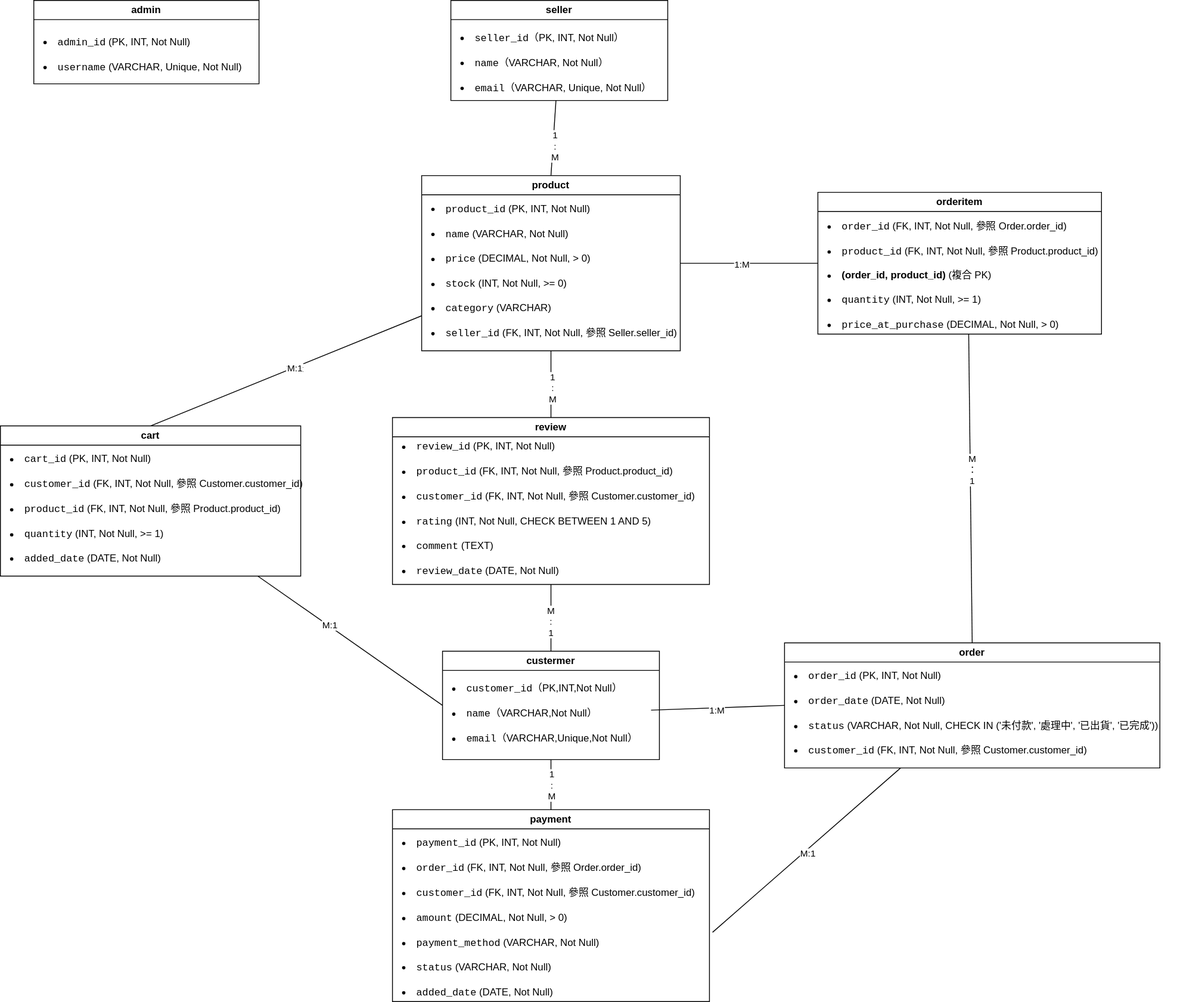
Earlier version of the draw.io export Schema2SQL/DB_SCHEMA.drawio.svg (jayforedu/DBMS-homework). Source tidied: cells renumbered, new cells last; positions are measured from the earlier drawing's top-left corner, leaving out a move shared by most shapes.
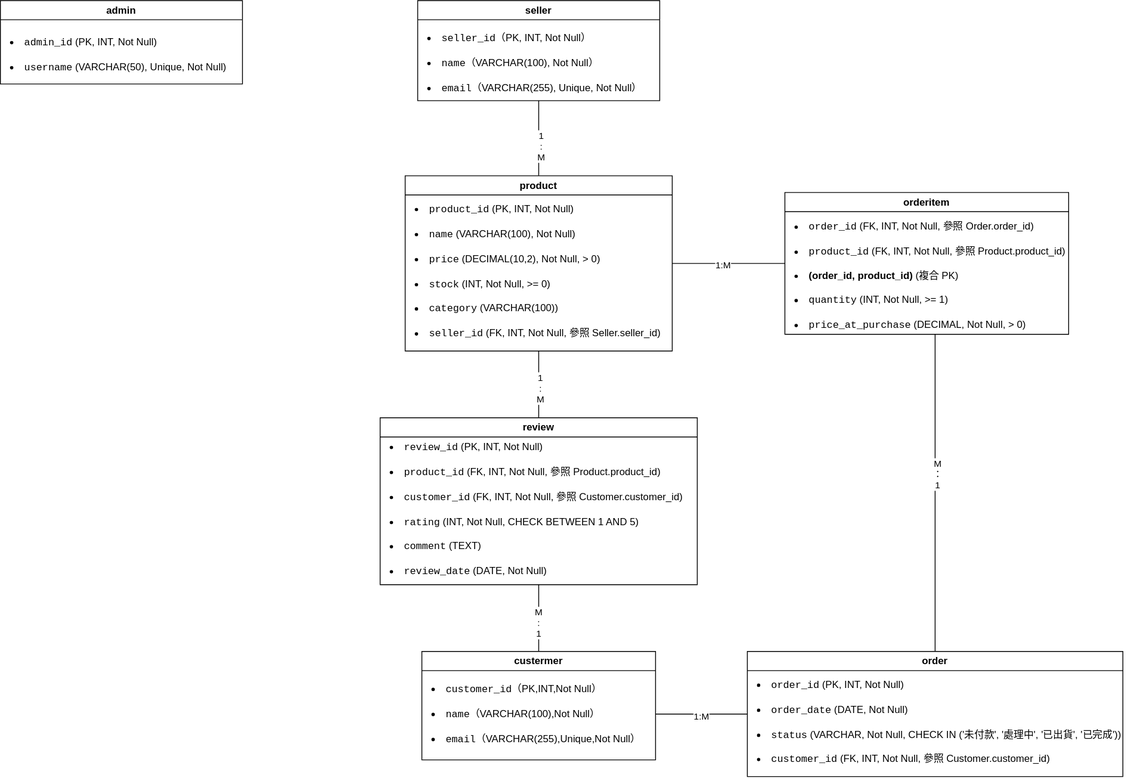
After the commit.

Change to the diagram source:
```diff
@@ -2,17 +2,11 @@
   <root>
     <mxCell id="0" />
     <mxCell id="1" parent="0" />
-    <mxCell id="2" style="rounded=0;jettySize=auto;html=1;endArrow=none;startFill=0;" parent="1" edge="1" source="4" target="27">
-      <mxGeometry relative="1" as="geometry" />
-    </mxCell>
-    <mxCell id="3" value="1&lt;div&gt;:&lt;/div&gt;&lt;div&gt;M&lt;/div&gt;" style="edgeLabel;html=1;align=center;verticalAlign=middle;" parent="2" vertex="1">
-      <mxGeometry x="0.02" relative="1" as="geometry" />
-    </mxCell>
     <mxCell id="4" value="custermer" style="swimlane;whiteSpace=wrap;html=1;" parent="1" vertex="1">
-      <mxGeometry x="530" y="780" width="260" height="130" as="geometry" />
+      <mxGeometry x="545" y="780" width="280" height="130" as="geometry" />
     </mxCell>
-    <mxCell id="5" value="&lt;li&gt;&lt;code&gt;customer_id&lt;/code&gt;（PK,INT,Not Null）&lt;/li&gt;&lt;br&gt;&lt;li&gt;&lt;code&gt;name&lt;/code&gt;（VARCHAR,Not Null）&lt;/li&gt;&lt;br&gt;&lt;li&gt;&lt;code&gt;email&lt;/code&gt;（VARCHAR,Unique,Not Null）&lt;/li&gt;" style="text;html=1;align=left;verticalAlign=middle;points=[];strokeColor=none;fillColor=none;" parent="4" vertex="1">
-      <mxGeometry x="10" y="30" width="240" height="90" as="geometry" />
+    <mxCell id="5" value="&lt;li&gt;&lt;code&gt;customer_id&lt;/code&gt;（PK,INT,Not Null）&lt;/li&gt;&lt;br&gt;&lt;li&gt;&lt;code&gt;name&lt;/code&gt;（VARCHAR(100),Not Null）&lt;/li&gt;&lt;br&gt;&lt;li&gt;&lt;code&gt;email&lt;/code&gt;（VARCHAR(255),Unique,Not Null）&lt;/li&gt;" style="text;html=1;align=left;verticalAlign=middle;points=[];strokeColor=none;fillColor=none;" parent="4" vertex="1">
+      <mxGeometry x="10" y="30" width="270" height="90" as="geometry" />
     </mxCell>
     <mxCell id="6" style="rounded=0;jettySize=auto;html=1;entryX=0.5;entryY=0;entryDx=0;entryDy=0;endArrow=none;startFill=0;" parent="1" edge="1" source="8" target="15">
       <mxGeometry relative="1" as="geometry" />
@@ -23,10 +17,10 @@
       </mxGeometry>
     </mxCell>
     <mxCell id="8" value="seller" style="swimlane;whiteSpace=wrap;html=1;" parent="1" vertex="1">
-      <mxGeometry x="540" width="260" height="120" as="geometry" />
+      <mxGeometry x="540" width="290" height="120" as="geometry" />
     </mxCell>
-    <mxCell id="9" value="&lt;li&gt;&lt;code&gt;seller_id&lt;/code&gt;（PK, INT, Not Null）&lt;/li&gt;&lt;br&gt;&lt;li&gt;&lt;code&gt;name&lt;/code&gt;（VARCHAR, Not Null）&lt;/li&gt;&lt;br&gt;&lt;li&gt;&lt;code&gt;email&lt;/code&gt;（VARCHAR, Unique, Not Null）&lt;/li&gt;" style="text;html=1;align=left;verticalAlign=middle;strokeColor=none;fillColor=none;" parent="8" vertex="1">
-      <mxGeometry x="10" y="30" width="250" height="90" as="geometry" />
+    <mxCell id="9" value="&lt;li&gt;&lt;code&gt;seller_id&lt;/code&gt;（PK, INT, Not Null）&lt;/li&gt;&lt;br&gt;&lt;li&gt;&lt;code&gt;name&lt;/code&gt;（VARCHAR(100), Not Null）&lt;/li&gt;&lt;br&gt;&lt;li&gt;&lt;code&gt;email&lt;/code&gt;（VARCHAR(255), Unique, Not Null）&lt;/li&gt;" style="text;html=1;align=left;verticalAlign=middle;strokeColor=none;fillColor=none;" parent="8" vertex="1">
+      <mxGeometry x="10" y="30" width="280" height="90" as="geometry" />
     </mxCell>
     <mxCell id="10" style="rounded=0;jettySize=auto;html=1;entryX=0;entryY=0.5;entryDx=0;entryDy=0;endArrow=none;startFill=0;" parent="1" edge="1" source="15" target="19">
       <mxGeometry relative="1" as="geometry" />
@@ -34,23 +28,14 @@
     <mxCell id="11" value="1:M" style="edgeLabel;html=1;align=center;verticalAlign=middle;" parent="10" vertex="1">
       <mxGeometry x="-0.12" y="-1" relative="1" as="geometry" />
     </mxCell>
-    <mxCell id="12" style="rounded=0;jettySize=auto;html=1;entryX=0.5;entryY=0;entryDx=0;entryDy=0;endArrow=none;startFill=0;" parent="1" edge="1" source="15" target="31">
-      <mxGeometry relative="1" as="geometry" />
-    </mxCell>
-    <mxCell id="13" value="Text" style="edgeLabel;html=1;align=center;verticalAlign=middle;" parent="12" vertex="1">
-      <mxGeometry x="-0.06" y="1" relative="1" as="geometry" />
-    </mxCell>
-    <mxCell id="14" value="M:1" style="edgeLabel;html=1;align=center;verticalAlign=middle;" parent="12" vertex="1">
-      <mxGeometry x="-0.05" relative="1" as="geometry" />
-    </mxCell>
     <mxCell id="15" value="product" style="swimlane;whiteSpace=wrap;html=1;" parent="1" vertex="1">
-      <mxGeometry x="505" y="210" width="310" height="210" as="geometry" />
+      <mxGeometry x="525" y="210" width="320" height="210" as="geometry" />
     </mxCell>
-    <mxCell id="16" value="&lt;li&gt;&lt;code&gt;product_id&lt;/code&gt; (PK, INT, Not Null)&lt;/li&gt;&lt;br/&gt;&lt;li&gt;&lt;code&gt;name&lt;/code&gt; (VARCHAR, Not Null)&lt;/li&gt;&lt;br/&gt;&lt;li&gt;&lt;code&gt;price&lt;/code&gt; (DECIMAL, Not Null, &amp;gt; 0)&lt;/li&gt;&lt;br/&gt;&lt;li&gt;&lt;code&gt;stock&lt;/code&gt; (INT, Not Null, &amp;gt;= 0)&lt;/li&gt;&lt;br/&gt;&lt;li&gt;&lt;code&gt;category&lt;/code&gt; (VARCHAR)&lt;/li&gt;&lt;br/&gt;&lt;li&gt;&lt;code&gt;seller_id&lt;/code&gt; (FK, INT, Not Null, 參照 Seller.seller_id)&lt;/li&gt;" style="text;html=1;align=left;verticalAlign=middle;strokeColor=none;fillColor=none;" parent="15" vertex="1">
+    <mxCell id="16" value="&lt;li&gt;&lt;code&gt;product_id&lt;/code&gt; (PK, INT, Not Null)&lt;/li&gt;&lt;br&gt;&lt;li&gt;&lt;code&gt;name&lt;/code&gt; (VARCHAR(100), Not Null)&lt;/li&gt;&lt;br&gt;&lt;li&gt;&lt;code&gt;price&lt;/code&gt; (DECIMAL(10,2), Not Null, &amp;gt; 0)&lt;/li&gt;&lt;br&gt;&lt;li&gt;&lt;code&gt;stock&lt;/code&gt; (INT, Not Null, &amp;gt;= 0)&lt;/li&gt;&lt;br&gt;&lt;li&gt;&lt;code&gt;category&lt;/code&gt; (VARCHAR(100))&lt;/li&gt;&lt;br&gt;&lt;li&gt;&lt;code&gt;seller_id&lt;/code&gt; (FK, INT, Not Null, 參照 Seller.seller_id)&lt;/li&gt;" style="text;html=1;align=left;verticalAlign=middle;strokeColor=none;fillColor=none;" parent="15" vertex="1">
       <mxGeometry x="10" y="30" width="310" height="170" as="geometry" />
     </mxCell>
     <mxCell id="17" value="order" style="swimlane;whiteSpace=wrap;html=1;" parent="1" vertex="1">
-      <mxGeometry x="940" y="770" width="450" height="150" as="geometry" />
+      <mxGeometry x="935" y="780" width="450" height="150" as="geometry" />
     </mxCell>
     <mxCell id="18" value="&lt;li&gt;&lt;code&gt;order_id&lt;/code&gt; (PK, INT, Not Null)&lt;/li&gt;&lt;br/&gt;&lt;li&gt;&lt;code&gt;order_date&lt;/code&gt; (DATE, Not Null)&lt;/li&gt;&lt;br/&gt;&lt;li&gt;&lt;code&gt;status&lt;/code&gt; (VARCHAR, Not Null, CHECK IN ('未付款', '處理中', '已出貨', '已完成'))&lt;/li&gt;&lt;br/&gt;&lt;li&gt;&lt;code&gt;customer_id&lt;/code&gt; (FK, INT, Not Null, 參照 Customer.customer_id)&lt;/li&gt;" style="text;html=1;align=left;verticalAlign=middle;strokeColor=none;fillColor=none;" parent="17" vertex="1">
       <mxGeometry x="10" y="30" width="460" height="110" as="geometry" />
@@ -78,31 +63,11 @@
       </mxGeometry>
     </mxCell>
     <mxCell id="25" value="review" style="swimlane;whiteSpace=wrap;html=1;" parent="1" vertex="1">
-      <mxGeometry x="470" y="500" width="380" height="200" as="geometry" />
+      <mxGeometry x="495" y="500" width="380" height="200" as="geometry" />
     </mxCell>
     <mxCell id="26" value="&lt;li&gt;&lt;code&gt;review_id&lt;/code&gt; (PK, INT, Not Null)&lt;/li&gt;&lt;br/&gt;&lt;li&gt;&lt;code&gt;product_id&lt;/code&gt; (FK, INT, Not Null, 參照 Product.product_id)&lt;/li&gt;&lt;br/&gt;&lt;li&gt;&lt;code&gt;customer_id&lt;/code&gt; (FK, INT, Not Null, 參照 Customer.customer_id)&lt;/li&gt;&lt;br/&gt;&lt;li&gt;&lt;code&gt;rating&lt;/code&gt; (INT, Not Null, CHECK BETWEEN 1 AND 5)&lt;/li&gt;&lt;br/&gt;&lt;li&gt;&lt;code&gt;comment&lt;/code&gt; (TEXT)&lt;/li&gt;&lt;br/&gt;&lt;li&gt;&lt;code&gt;review_date&lt;/code&gt; (DATE, Not Null)&lt;/li&gt;" style="text;html=1;align=left;verticalAlign=middle;strokeColor=none;fillColor=none;" parent="25" vertex="1">
       <mxGeometry x="10" y="25" width="370" height="170" as="geometry" />
     </mxCell>
-    <mxCell id="27" value="payment" style="swimlane;whiteSpace=wrap;html=1;" parent="1" vertex="1">
-      <mxGeometry x="470" y="970" width="380" height="230" as="geometry" />
-    </mxCell>
-    <mxCell id="28" value="&lt;li&gt;&lt;code&gt;payment_id&lt;/code&gt; (PK, INT, Not Null)&lt;/li&gt;&lt;br/&gt;&lt;li&gt;&lt;code&gt;order_id&lt;/code&gt; (FK, INT, Not Null, 參照 Order.order_id)&lt;/li&gt;&lt;br/&gt;&lt;li&gt;&lt;code&gt;customer_id&lt;/code&gt; (FK, INT, Not Null, 參照 Customer.customer_id)&lt;/li&gt;&lt;br/&gt;&lt;li&gt;&lt;code&gt;amount&lt;/code&gt; (DECIMAL, Not Null, &amp;gt; 0)&lt;/li&gt;&lt;br/&gt;&lt;li&gt;&lt;code&gt;payment_method&lt;/code&gt; (VARCHAR, Not Null)&lt;/li&gt;&lt;br/&gt;&lt;li&gt;&lt;code&gt;status&lt;/code&gt; (VARCHAR, Not Null)&lt;/li&gt;&lt;br/&gt;&lt;li&gt;&lt;code&gt;added_date&lt;/code&gt; (DATE, Not Null)&lt;/li&gt;" style="text;html=1;align=left;verticalAlign=middle;points=[];strokeColor=none;fillColor=none;" parent="27" vertex="1">
-      <mxGeometry x="10" y="30" width="370" height="200" as="geometry" />
-    </mxCell>
-    <mxCell id="29" style="rounded=0;jettySize=auto;html=1;entryX=0;entryY=0.5;entryDx=0;entryDy=0;endArrow=none;startFill=0;" parent="1" edge="1" source="31" target="4">
-      <mxGeometry relative="1" as="geometry" />
-    </mxCell>
-    <mxCell id="30" value="M:1" style="edgeLabel;html=1;align=center;verticalAlign=middle;" parent="29" vertex="1">
-      <mxGeometry x="-0.24" y="2" relative="1" as="geometry">
-        <mxPoint y="1" as="offset" />
-      </mxGeometry>
-    </mxCell>
-    <mxCell id="31" value="cart" style="swimlane;whiteSpace=wrap;html=1;startSize=23;" parent="1" vertex="1">
-      <mxGeometry y="510" width="360" height="180" as="geometry" />
-    </mxCell>
-    <mxCell id="32" value="&lt;li&gt;&lt;code&gt;cart_id&lt;/code&gt; (PK, INT, Not Null)&lt;/li&gt;&lt;br/&gt;&lt;li&gt;&lt;code&gt;customer_id&lt;/code&gt; (FK, INT, Not Null, 參照 Customer.customer_id)&lt;/li&gt;&lt;br/&gt;&lt;li&gt;&lt;code&gt;product_id&lt;/code&gt; (FK, INT, Not Null, 參照 Product.product_id)&lt;/li&gt;&lt;br/&gt;&lt;li&gt;&lt;code&gt;quantity&lt;/code&gt; (INT, Not Null, &amp;gt;= 1)&lt;/li&gt;&lt;br/&gt;&lt;li&gt;&lt;code&gt;added_date&lt;/code&gt; (DATE, Not Null)&lt;/li&gt;" style="text;html=1;align=left;verticalAlign=middle;strokeColor=none;fillColor=none;" parent="31" vertex="1">
-      <mxGeometry x="10" y="30" width="370" height="140" as="geometry" />
-    </mxCell>
     <mxCell id="33" style="rounded=0;jettySize=auto;html=1;entryX=0;entryY=0.5;entryDx=0;entryDy=0;startArrow=none;startFill=0;endArrow=none;" parent="1" edge="1" source="5" target="17">
       <mxGeometry relative="1" as="geometry" />
     </mxCell>
@@ -117,17 +82,11 @@
         <mxPoint y="-1" as="offset" />
       </mxGeometry>
     </mxCell>
-    <mxCell id="37" style="rounded=0;jettySize=auto;html=1;entryX=1.01;entryY=0.585;entryDx=0;entryDy=0;entryPerimeter=0;endArrow=none;startFill=0;" parent="1" edge="1" source="17" target="28">
-      <mxGeometry relative="1" as="geometry" />
-    </mxCell>
-    <mxCell id="38" value="M:1" style="edgeLabel;html=1;align=center;verticalAlign=middle;" parent="37" vertex="1">
-      <mxGeometry x="0.01" y="3" relative="1" as="geometry" />
-    </mxCell>
     <mxCell id="39" value="admin" style="swimlane;whiteSpace=wrap;html=1;" parent="1" vertex="1">
-      <mxGeometry x="40" width="270" height="100" as="geometry" />
+      <mxGeometry x="40" width="290" height="100" as="geometry" />
     </mxCell>
-    <mxCell id="40" value="&lt;li&gt;&lt;code&gt;admin_id&lt;/code&gt; (PK, INT, Not Null)&lt;/li&gt;&lt;br&gt;&lt;li&gt;&lt;code&gt;username&lt;/code&gt; (VARCHAR, Unique, Not Null)&lt;/li&gt;" style="text;html=1;align=left;verticalAlign=middle;strokeColor=none;fillColor=none;" parent="39" vertex="1">
-      <mxGeometry x="10" y="35" width="260" height="60" as="geometry" />
+    <mxCell id="40" value="&lt;li&gt;&lt;code&gt;admin_id&lt;/code&gt; (PK, INT, Not Null)&lt;/li&gt;&lt;br&gt;&lt;li&gt;&lt;code&gt;username&lt;/code&gt; (VARCHAR(50), Unique, Not Null)&lt;/li&gt;" style="text;html=1;align=left;verticalAlign=middle;strokeColor=none;fillColor=none;" parent="39" vertex="1">
+      <mxGeometry x="10" y="35" width="280" height="60" as="geometry" />
     </mxCell>
   </root>
 </mxGraphModel>
```
